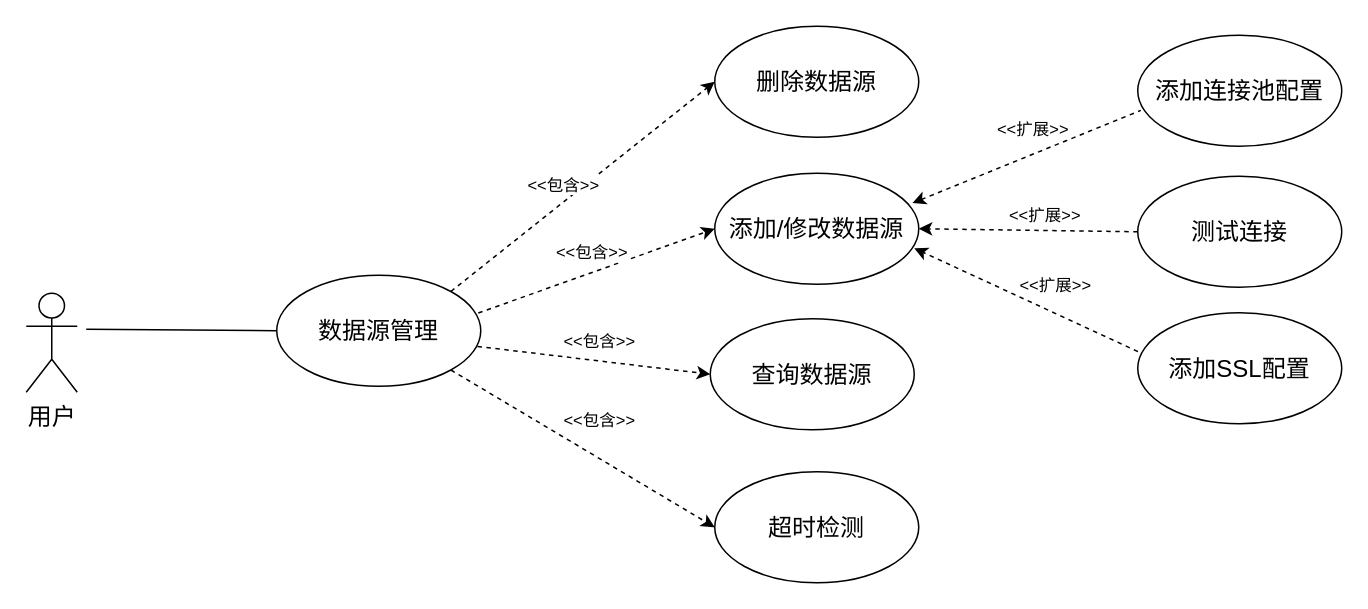
The draw.io diagram 数据源管理.drawio in nianqingdeguowang/python, before the edit. Source tidied: cells renumbered, new cells numbered last; positions are measured from the earlier drawing's top-left corner, leaving out a move shared by most shapes. Both pictures are drawn from the tidied source at 150%, with x=0, y=0 at pixel (26, 26).
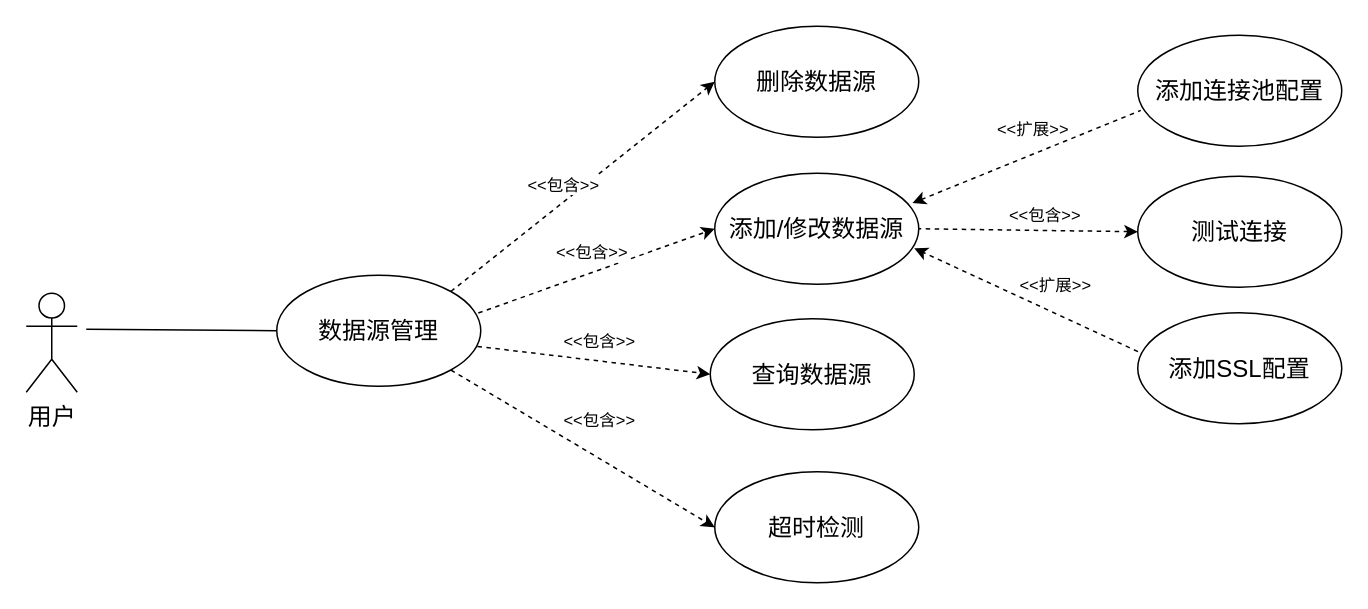
The same page after the edit.

Commit message:
更新数据源管理.drawio

The change refers to these unchanged cells:
```xml
<mxCell id="10" value="&lt;span style=&quot;font-size: 16px;&quot;&gt;添加/修改数据源&lt;/span&gt;" style="ellipse;whiteSpace=wrap;html=1;" parent="1" vertex="1">
  <mxGeometry x="459" y="98" width="136" height="74" as="geometry" />
</mxCell>
<mxCell id="13" value="&lt;span style=&quot;font-size: 16px;&quot;&gt;测试连接&lt;/span&gt;" style="ellipse;whiteSpace=wrap;html=1;" parent="1" vertex="1">
  <mxGeometry x="741" y="100" width="136" height="74" as="geometry" />
</mxCell>
```

Change to the diagram source:
```diff
@@
-    <mxCell id="14" style="rounded=0;jettySize=auto;html=1;dashed=1;exitX=0;exitY=0.5;exitDx=0;exitDy=0;entryX=1;entryY=0.5;entryDx=0;entryDy=0;" parent="1" edge="1" source="13" target="10">
+    <mxCell id="14" style="rounded=0;jettySize=auto;html=1;dashed=1;exitX=0;exitY=0.5;exitDx=0;exitDy=0;entryX=1;entryY=0.5;entryDx=0;entryDy=0;startArrow=classic;startFill=1;endArrow=none;endFill=0;" parent="1" edge="1" source="13" target="10">
       <mxGeometry relative="1" as="geometry" />
     </mxCell>
-    <mxCell id="15" value="&amp;lt;&amp;lt;扩展&amp;gt;&amp;gt;" style="edgeLabel;html=1;align=center;verticalAlign=middle;" parent="1" vertex="1">
+    <mxCell id="15" value="&amp;lt;&amp;lt;包含&amp;gt;&amp;gt;" style="edgeLabel;html=1;align=center;verticalAlign=middle;" parent="1" vertex="1">
       <mxGeometry x="456" y="178" as="geometry">
         <mxPoint x="222" y="-53" as="offset" />
       </mxGeometry>
     </mxCell>
```
